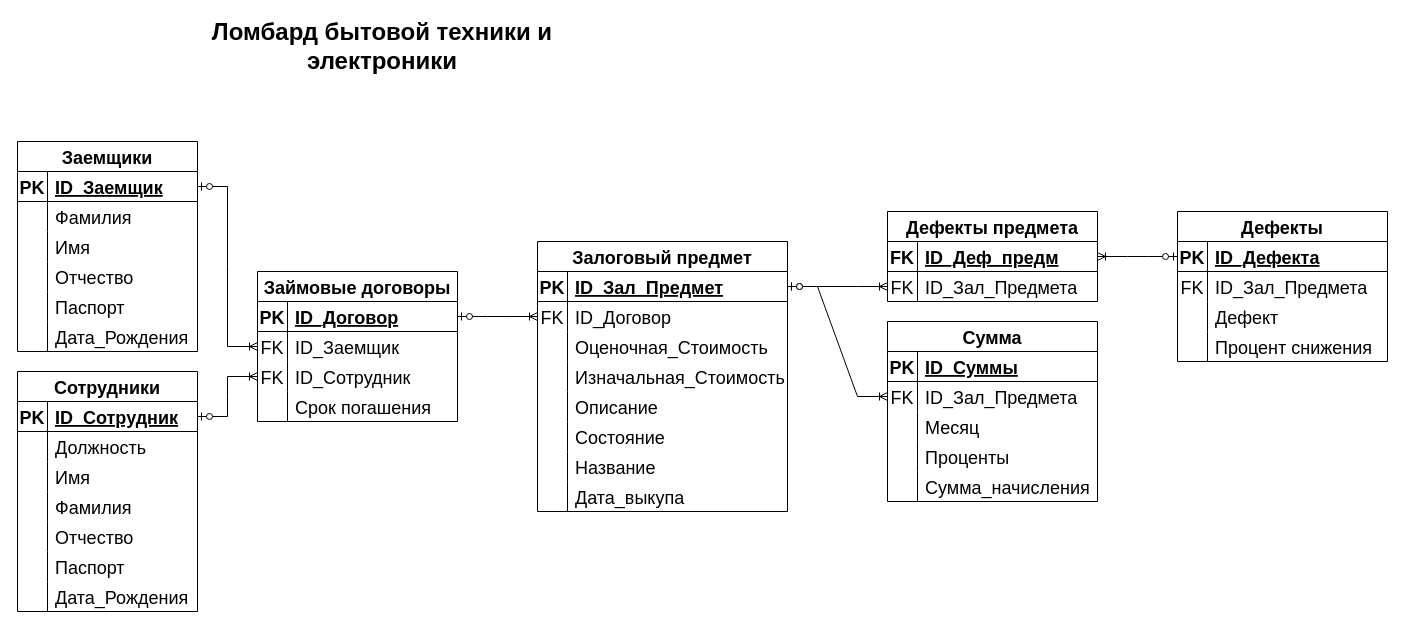
The draw.io diagram Диаграмма без названия.drawio in 1DeMeNToR1/RocketModUpdater_32, before the edit. Source tidied: cells renumbered, new cells numbered last; positions are measured from the earlier drawing's top-left corner, leaving out a move shared by most shapes. Both pictures are drawn from the tidied source at 100%, with x=0, y=0 at pixel (17, 31).
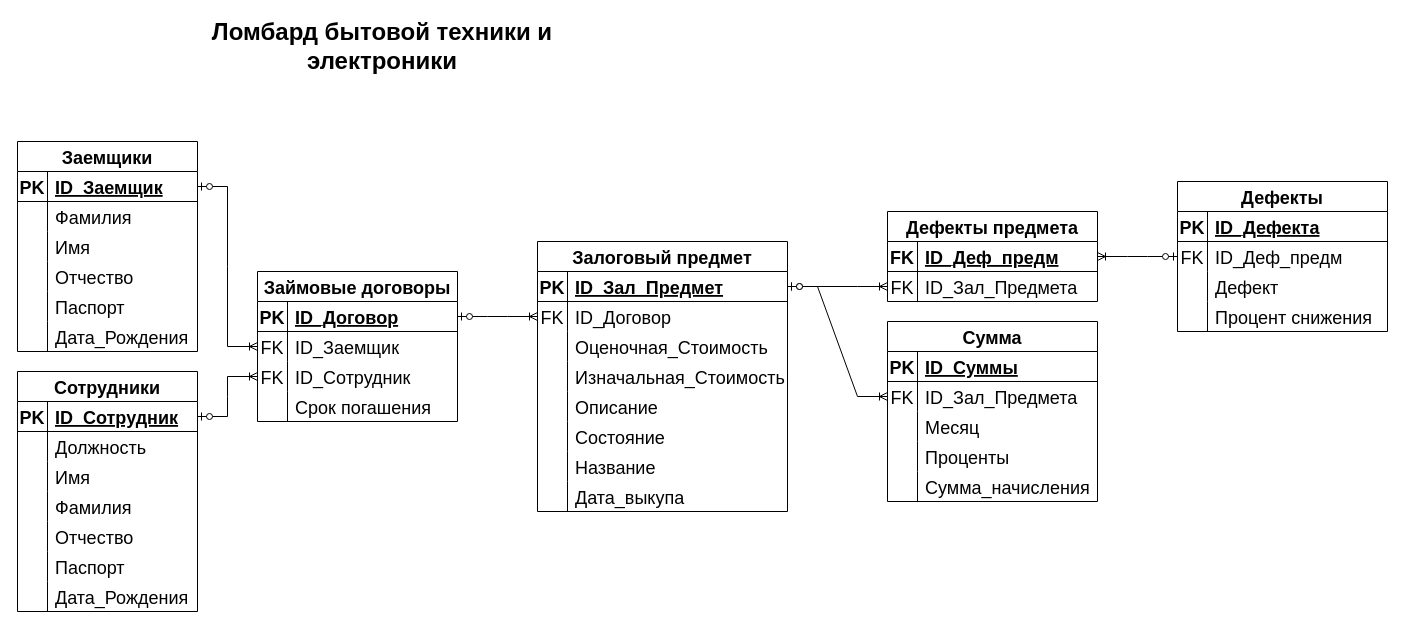
The same page after the edit.

Unchanged cells that the change refers to:
```xml
<mxCell id="86" style="shape=tableRow;horizontal=0;startSize=0;swimlaneHead=0;swimlaneBody=0;fillColor=none;points=[[0,0.5],[1,0.5]];portConstraint=eastwest;top=0;left=0;right=0;bottom=1;fontSize=18;" parent="85" vertex="1">
  <mxGeometry y="30" width="210" height="30" as="geometry" />
</mxCell>
<mxCell id="89" style="shape=tableRow;horizontal=0;startSize=0;swimlaneHead=0;swimlaneBody=0;fillColor=none;points=[[0,0.5],[1,0.5]];portConstraint=eastwest;top=0;left=0;right=0;bottom=0;fontSize=18;" parent="85" vertex="1">
  <mxGeometry y="60" width="210" height="30" as="geometry" />
</mxCell>
<mxCell id="116" style="shape=tableRow;horizontal=0;startSize=0;swimlaneHead=0;swimlaneBody=0;fillColor=none;points=[[0,0.5],[1,0.5]];portConstraint=eastwest;top=0;left=0;right=0;bottom=1;fontSize=18;" parent="115" vertex="1">
  <mxGeometry y="30" width="210" height="30" as="geometry" />
</mxCell>
```

What changed in the source:
```diff
@@
     <mxCell id="85" value="Дефекты" style="shape=table;startSize=30;childLayout=tableLayout;rowLines=0;fontStyle=1;align=center;fontSize=18;" parent="1" vertex="1">
-      <mxGeometry x="1160" y="180" width="210" height="150" as="geometry" />
+      <mxGeometry x="1160" y="150" width="210" height="150" as="geometry" />
     </mxCell>
@@
-    <mxCell id="91" value="ID_Зал_Предмета" style="shape=partialRectangle;fillColor=none;top=0;left=0;bottom=0;right=0;align=left;spacingLeft=6;overflow=hidden;fontSize=18;" parent="89" vertex="1">
+    <mxCell id="91" value="ID_Деф_предм" style="shape=partialRectangle;fillColor=none;top=0;left=0;bottom=0;right=0;align=left;spacingLeft=6;overflow=hidden;fontSize=18;" parent="89" vertex="1">
       <mxGeometry x="30" width="180" height="30" as="geometry" />
     </mxCell>
@@
-    <mxCell id="123" style="edgeStyle=entityRelationEdgeStyle;fontSize=12;html=1;endArrow=ERoneToMany;startArrow=ERzeroToOne;rounded=0;exitX=0;exitY=0.5;exitDx=0;exitDy=0;entryX=1;entryY=0.5;entryDx=0;entryDy=0;" parent="1" edge="1" source="86" target="116">
+    <mxCell id="123" style="edgeStyle=entityRelationEdgeStyle;fontSize=12;html=1;endArrow=ERoneToMany;startArrow=ERzeroToOne;rounded=0;exitX=0;exitY=0.5;exitDx=0;exitDy=0;entryX=1;entryY=0.5;entryDx=0;entryDy=0;" parent="1" edge="1" source="89" target="116">
       <mxGeometry relative="1" as="geometry" />
     </mxCell>
```
